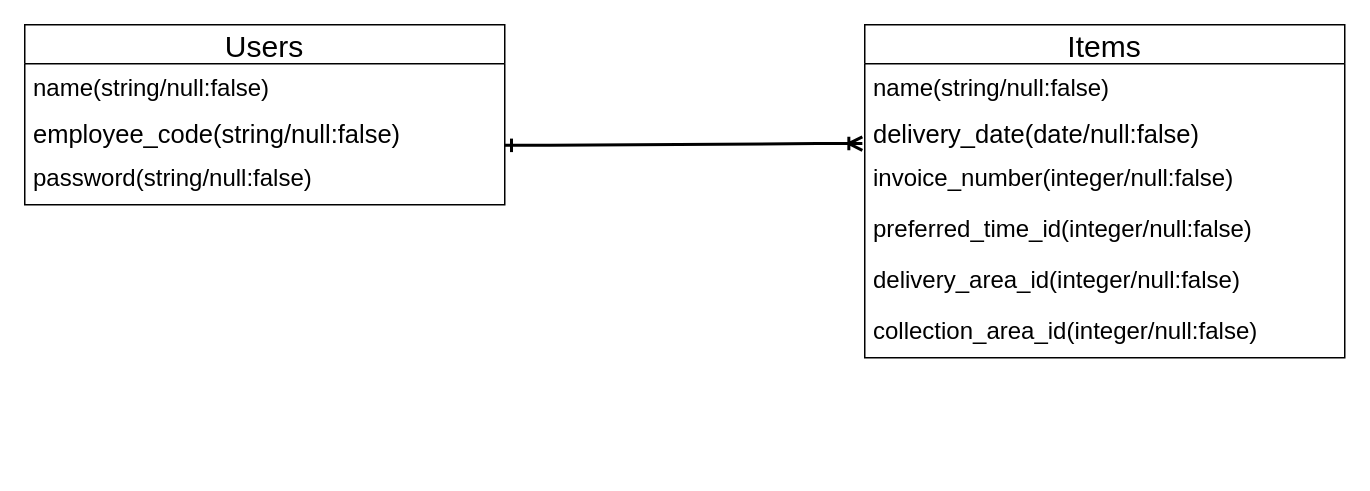
Earlier version of the draw.io diagram datebase.dio (RRS1107/now-38199). Source tidied: cells renumbered, new cells numbered last; positions are measured from the earlier drawing's top-left corner, leaving out a move shared by most shapes. Both pictures are drawn from the tidied source at 150%, with x=0, y=0 at pixel (24, 24).
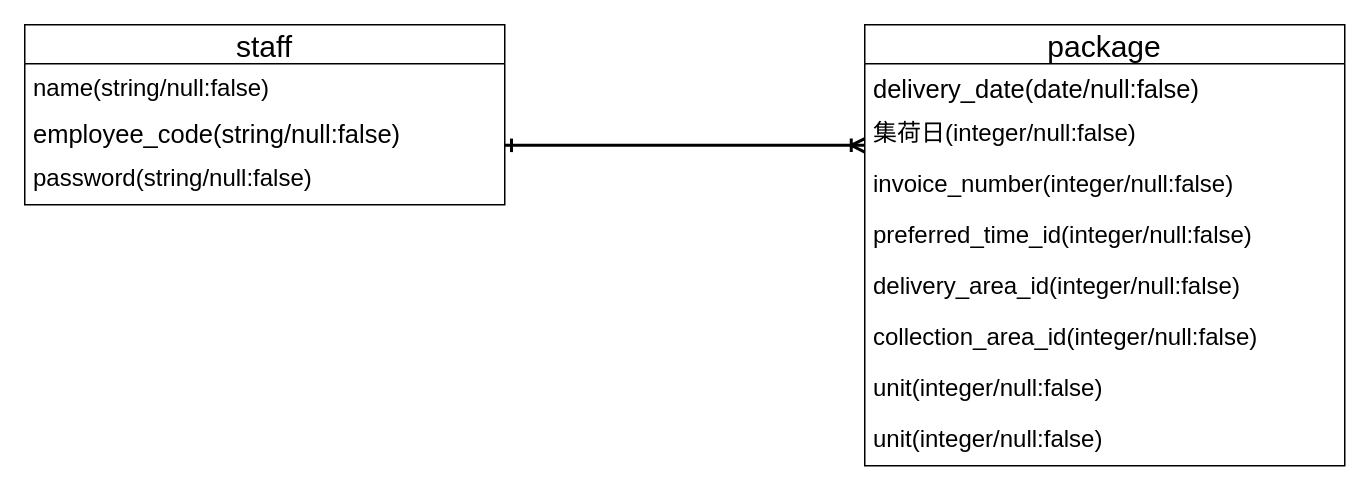
Above is the later version.

What changed in the source:
```diff
@@
 <mxGraphModel>
   <root>
     <mxCell id="0" />
     <mxCell id="1" parent="0" />
-    <mxCell id="2" value="Users" style="swimlane;fontStyle=0;horizontal=1;startSize=26;align=center;fontSize=20;fillColor=none;" parent="1" vertex="1">
+    <mxCell id="2" value="staff" style="swimlane;fontStyle=0;horizontal=1;startSize=26;align=center;fontSize=20;fillColor=none;" parent="1" vertex="1">
       <mxGeometry width="320" height="120" as="geometry" />
     </mxCell>
     <mxCell id="3" value="name(string/null:false)&#10;" style="text;strokeColor=none;fillColor=none;spacingLeft=4;spacingRight=4;overflow=hidden;fontSize=16;labelBackgroundColor=none;" parent="2" vertex="1">
       <mxGeometry y="26" width="320" height="30" as="geometry" />
     </mxCell>
     <mxCell id="4" value="employee_code(string/null:false)" style="text;strokeColor=none;fillColor=none;spacingLeft=4;spacingRight=4;overflow=hidden;fontSize=17;" parent="2" vertex="1">
       <mxGeometry y="56" width="320" height="30" as="geometry" />
     </mxCell>
     <mxCell id="5" value="password(string/null:false)&#10;" style="text;strokeColor=none;fillColor=none;spacingLeft=4;spacingRight=4;overflow=hidden;fontSize=16;" parent="2" vertex="1">
       <mxGeometry y="86" width="320" height="34" as="geometry" />
     </mxCell>
-    <mxCell id="6" value="Items" style="swimlane;fontStyle=0;horizontal=1;startSize=26;align=center;fontSize=20;fillColor=none;" parent="1" vertex="1">
-      <mxGeometry x="560" width="320" height="222" as="geometry" />
+    <mxCell id="6" value="package" style="swimlane;fontStyle=0;horizontal=1;startSize=26;align=center;fontSize=20;fillColor=none;" parent="1" vertex="1">
+      <mxGeometry x="560" width="320" height="294" as="geometry" />
     </mxCell>
-    <mxCell id="7" value="name(string/null:false)&#10;" style="text;strokeColor=none;fillColor=none;spacingLeft=4;spacingRight=4;overflow=hidden;fontSize=16;labelBackgroundColor=none;" parent="6" vertex="1">
-      <mxGeometry y="26" width="320" height="30" as="geometry" />
-    </mxCell>
     <mxCell id="8" value="delivery_date(date/null:false)" style="text;strokeColor=none;fillColor=none;spacingLeft=4;spacingRight=4;overflow=hidden;points=[[0,0.5],[1,0.5]];portConstraint=eastwest;fontSize=17;" parent="6" vertex="1">
-      <mxGeometry y="56" width="320" height="30" as="geometry" />
+      <mxGeometry y="26" width="320" height="30" as="geometry" />
     </mxCell>
+    <mxCell id="14" value="集荷日(integer/null:false)&#10;" style="text;strokeColor=none;fillColor=none;spacingLeft=4;spacingRight=4;overflow=hidden;points=[[0,0.5],[1,0.5]];portConstraint=eastwest;fontSize=16;" parent="6" vertex="1">
+      <mxGeometry y="56" width="320" height="34" as="geometry" />
+    </mxCell>
     <mxCell id="9" value="invoice_number(integer/null:false)&#10;" style="text;strokeColor=none;fillColor=none;spacingLeft=4;spacingRight=4;overflow=hidden;fontSize=16;" parent="6" vertex="1">
-      <mxGeometry y="86" width="320" height="34" as="geometry" />
+      <mxGeometry y="90" width="320" height="34" as="geometry" />
     </mxCell>
     <mxCell id="10" value="preferred_time_id(integer/null:false)&#10;" style="text;strokeColor=none;fillColor=none;spacingLeft=4;spacingRight=4;overflow=hidden;fontSize=16;" parent="6" vertex="1">
-      <mxGeometry y="120" width="320" height="34" as="geometry" />
+      <mxGeometry y="124" width="320" height="34" as="geometry" />
     </mxCell>
     <mxCell id="11" value="delivery_area_id(integer/null:false)&#10;" style="text;strokeColor=none;fillColor=none;spacingLeft=4;spacingRight=4;overflow=hidden;fontSize=16;" parent="6" vertex="1">
-      <mxGeometry y="154" width="320" height="34" as="geometry" />
+      <mxGeometry y="158" width="320" height="34" as="geometry" />
     </mxCell>
+    <mxCell id="15" value="collection_area_id(integer/null:false)&#10;" style="text;strokeColor=none;fillColor=none;spacingLeft=4;spacingRight=4;overflow=hidden;fontSize=16;" parent="6" vertex="1">
+      <mxGeometry y="192" width="320" height="34" as="geometry" />
+    </mxCell>
+    <mxCell id="16" value="unit(integer/null:false)&#10;" style="text;strokeColor=none;fillColor=none;spacingLeft=4;spacingRight=4;overflow=hidden;fontSize=16;" parent="6" vertex="1">
+      <mxGeometry y="226" width="320" height="34" as="geometry" />
+    </mxCell>
-    <mxCell id="12" value="collection_area_id(integer/null:false)&#10;" style="text;strokeColor=none;fillColor=none;spacingLeft=4;spacingRight=4;overflow=hidden;fontSize=16;" parent="6" vertex="1">
-      <mxGeometry y="188" width="320" height="34" as="geometry" />
+    <mxCell id="12" value="unit(integer/null:false)&#10;" style="text;strokeColor=none;fillColor=none;spacingLeft=4;spacingRight=4;overflow=hidden;fontSize=16;" parent="6" vertex="1">
+      <mxGeometry y="260" width="320" height="34" as="geometry" />
     </mxCell>
-    <mxCell id="13" style="edgeStyle=entityRelationEdgeStyle;fontSize=12;html=1;endArrow=ERoneToMany;rounded=0;strokeWidth=2;jumpSize=12;exitX=1.011;exitY=0.259;exitDx=0;exitDy=0;exitPerimeter=0;entryX=-0.005;entryY=0.773;entryDx=0;entryDy=0;entryPerimeter=0;startArrow=ERone;startFill=0;" parent="1" edge="1" target="8">
+    <mxCell id="13" style="edgeStyle=entityRelationEdgeStyle;fontSize=12;html=1;endArrow=ERoneToMany;rounded=0;strokeWidth=2;jumpSize=12;exitX=1.011;exitY=0.259;exitDx=0;exitDy=0;exitPerimeter=0;entryX=0;entryY=0.718;entryDx=0;entryDy=0;entryPerimeter=0;startArrow=ERone;startFill=0;" parent="1" edge="1" target="14">
       <mxGeometry relative="1" as="geometry">
         <mxPoint x="320" y="80.4" as="sourcePoint" />
       </mxGeometry>
     </mxCell>
   </root>
 </mxGraphModel>
```
